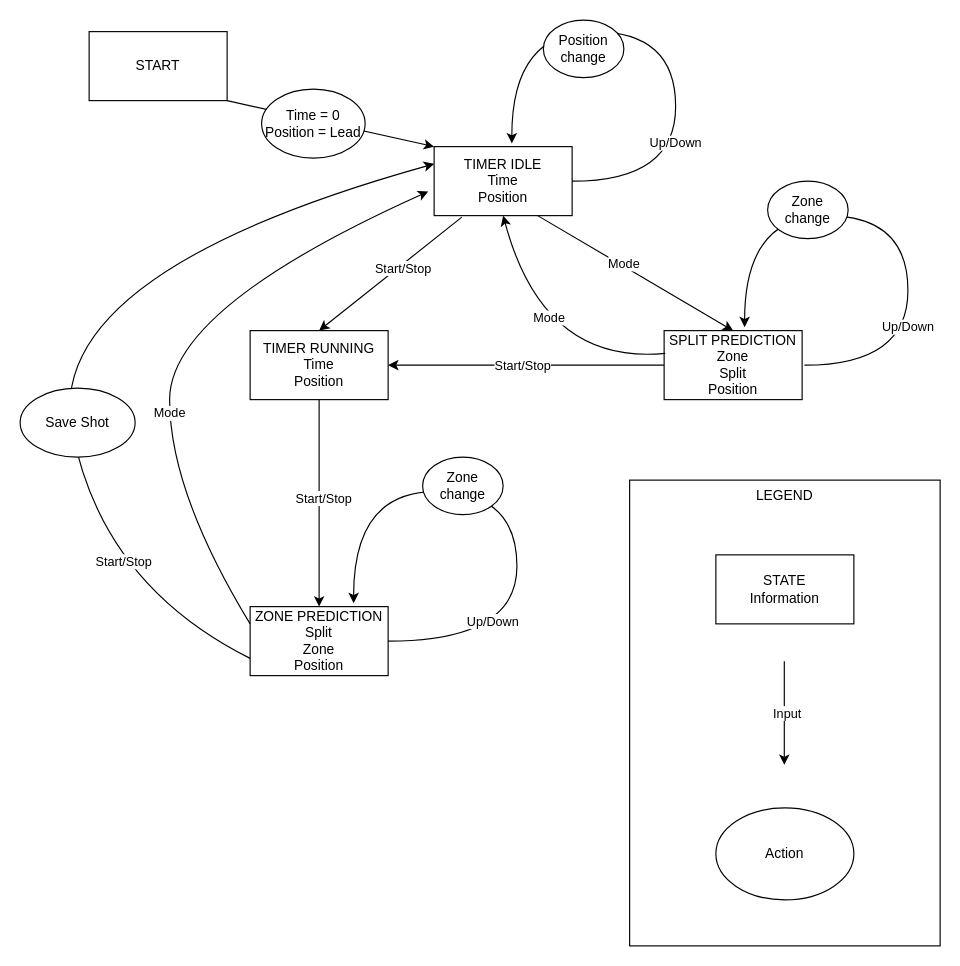
tharness/SplitTime keeps this draw.io diagram as state_diagram/SplitTime.drawio.xml. Above is the earlier version. Source tidied: cells renumbered, new cells numbered last; positions are measured from the earlier drawing's top-left corner, leaving out a move shared by most shapes. Both pictures are drawn from the tidied source at 115%, with x=0, y=0 at pixel (20, 20).
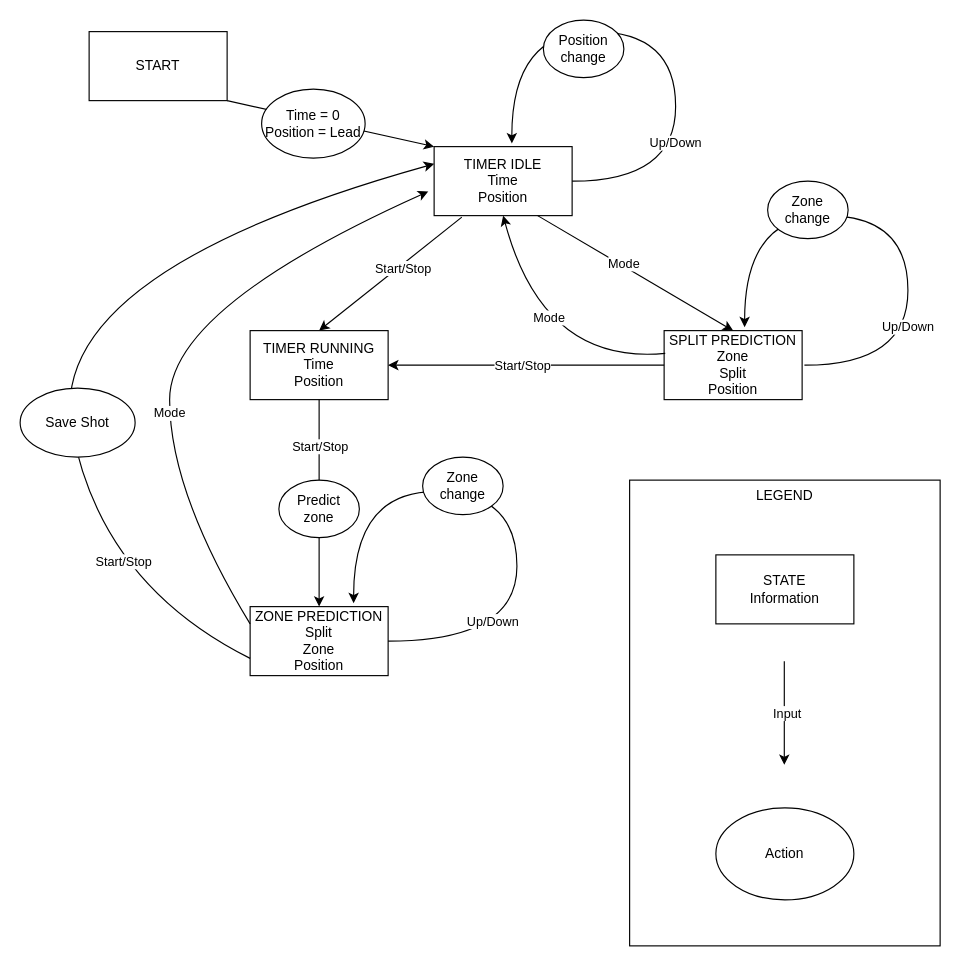
Above is the later version.

Commit message (it also covers changes not shown here):
updated state diagram

Unchanged cells that the change refers to:
```xml
<mxCell id="11" style="endArrow=classic;html=1;rounded=0;exitX=0.5;exitY=1;exitDx=0;exitDy=0;entryX=0.5;entryY=0;entryDx=0;entryDy=0;" parent="1" edge="1" source="10" target="9">
  <mxGeometry relative="1" as="geometry" />
</mxCell>
```

Diff of the diagram source:
```diff
@@
     <mxCell id="12" value="Start/Stop" style="edgeLabel;html=1;align=center;verticalAlign=middle;" parent="11" vertex="1">
-      <mxGeometry x="-0.06" y="3" relative="1" as="geometry" />
+      <mxGeometry x="-0.06" y="3" relative="1" as="geometry">
+        <mxPoint x="-3" y="-45" as="offset" />
+      </mxGeometry>
     </mxCell>
@@
+    <mxCell id="39" value="Predict&lt;div&gt;zone&lt;/div&gt;" style="ellipse;whiteSpace=wrap;html=1;" parent="1" vertex="1">
+      <mxGeometry x="225" y="400" width="70" height="50" as="geometry" />
+    </mxCell>
```
